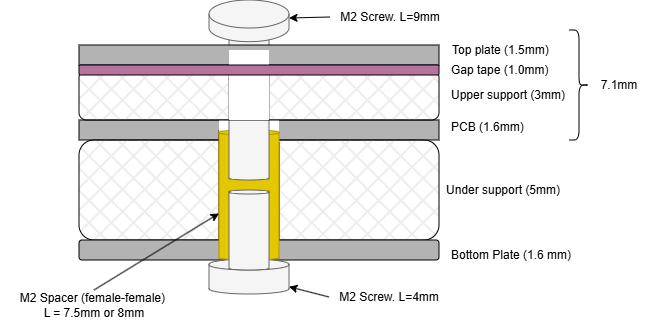
This is hardware/assets/ch552_numkeyPad_rev2.png from okiraku-camera/ch552_numpad_rev2, a draw.io export, as it was before one commit. Source tidied: cells renumbered, new cells last; positions are measured from the earlier drawing's top-left corner, leaving out a move shared by most shapes.
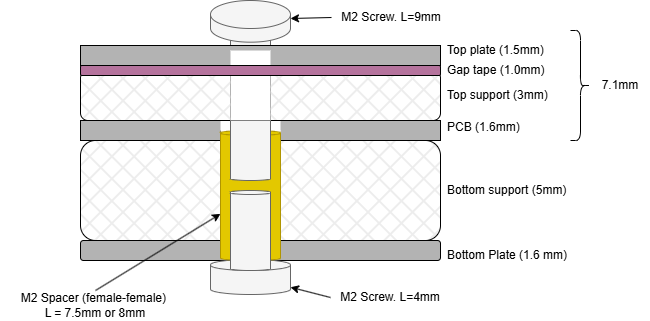
The same file after the commit.

What changed in the source:
```diff
@@ -26,13 +26,13 @@
       </mxGeometry>
     </mxCell>
     <mxCell id="8" value="PCB (1.6mm)" style="text;html=1;strokeColor=none;fillColor=none;align=left;verticalAlign=middle;whiteSpace=wrap;rounded=0;" parent="1" vertex="1">
-      <mxGeometry x="450" y="112" width="100" height="30" as="geometry" />
+      <mxGeometry x="445" y="112" width="100" height="30" as="geometry" />
     </mxCell>
-    <mxCell id="9" value="Under support (5mm)" style="text;html=1;strokeColor=none;fillColor=none;align=left;verticalAlign=middle;whiteSpace=wrap;rounded=0;" parent="1" vertex="1">
+    <mxCell id="9" value="Bottom support (5mm)" style="text;html=1;strokeColor=none;fillColor=none;align=left;verticalAlign=middle;whiteSpace=wrap;rounded=0;" parent="1" vertex="1">
       <mxGeometry x="445" y="175" width="135" height="30" as="geometry" />
     </mxCell>
     <mxCell id="10" value="Bottom Plate (1.6 mm)" style="text;html=1;strokeColor=none;fillColor=none;align=left;verticalAlign=middle;whiteSpace=wrap;rounded=0;" parent="1" vertex="1">
-      <mxGeometry x="450" y="240" width="130" height="30" as="geometry" />
+      <mxGeometry x="445" y="240" width="130" height="30" as="geometry" />
     </mxCell>
     <mxCell id="11" style="shape=cylinder3;whiteSpace=wrap;html=1;boundedLbl=1;backgroundOutline=1;size=0;strokeColor=none;" parent="1" vertex="1">
       <mxGeometry x="220" y="120" width="60" height="22" as="geometry" />
@@ -70,14 +70,14 @@
     <mxCell id="22" style="rounded=1;whiteSpace=wrap;html=1;fillStyle=cross-hatch;fillColor=#CCCCCC;" parent="1" vertex="1">
       <mxGeometry x="80" y="70" width="360" height="50" as="geometry" />
     </mxCell>
-    <mxCell id="23" value="Upper&amp;nbsp;support (3mm)" style="text;html=1;strokeColor=none;fillColor=none;align=left;verticalAlign=middle;whiteSpace=wrap;rounded=0;" parent="1" vertex="1">
-      <mxGeometry x="450" y="80" width="135" height="30" as="geometry" />
+    <mxCell id="23" value="Top support (3mm)" style="text;html=1;strokeColor=none;fillColor=none;align=left;verticalAlign=middle;whiteSpace=wrap;rounded=0;" parent="1" vertex="1">
+      <mxGeometry x="445" y="80" width="135" height="30" as="geometry" />
     </mxCell>
     <mxCell id="24" style="rounded=0;whiteSpace=wrap;html=1;fillStyle=solid;fillColor=#B3B3B3;" parent="1" vertex="1">
       <mxGeometry x="80" y="45" width="360" height="20" as="geometry" />
     </mxCell>
     <mxCell id="25" value="Top plate (1.5mm)" style="text;html=1;strokeColor=none;fillColor=none;align=left;verticalAlign=middle;whiteSpace=wrap;rounded=0;" parent="1" vertex="1">
-      <mxGeometry x="451" y="35" width="100" height="30" as="geometry" />
+      <mxGeometry x="445" y="35" width="100" height="30" as="geometry" />
     </mxCell>
     <mxCell id="26" style="shape=cylinder3;whiteSpace=wrap;html=1;boundedLbl=1;backgroundOutline=1;size=0;strokeColor=none;" parent="1" vertex="1">
       <mxGeometry x="230" y="50" width="40" height="70" as="geometry" />
@@ -94,7 +94,7 @@
       <mxGeometry x="80" y="65" width="360" height="10" as="geometry" />
     </mxCell>
     <mxCell id="30" value="Gap tape (1.0mm)" style="text;html=1;strokeColor=none;fillColor=none;align=left;verticalAlign=middle;whiteSpace=wrap;rounded=0;" parent="1" vertex="1">
-      <mxGeometry x="450" y="55" width="120" height="30" as="geometry" />
+      <mxGeometry x="445" y="55" width="120" height="30" as="geometry" />
     </mxCell>
     <mxCell id="31" style="shape=cylinder3;whiteSpace=wrap;html=1;boundedLbl=1;backgroundOutline=1;size=2;fillColor=#f5f5f5;fontColor=#333333;strokeColor=#666666;" parent="1" vertex="1">
       <mxGeometry x="230" y="190" width="40" height="80" as="geometry" />
```
